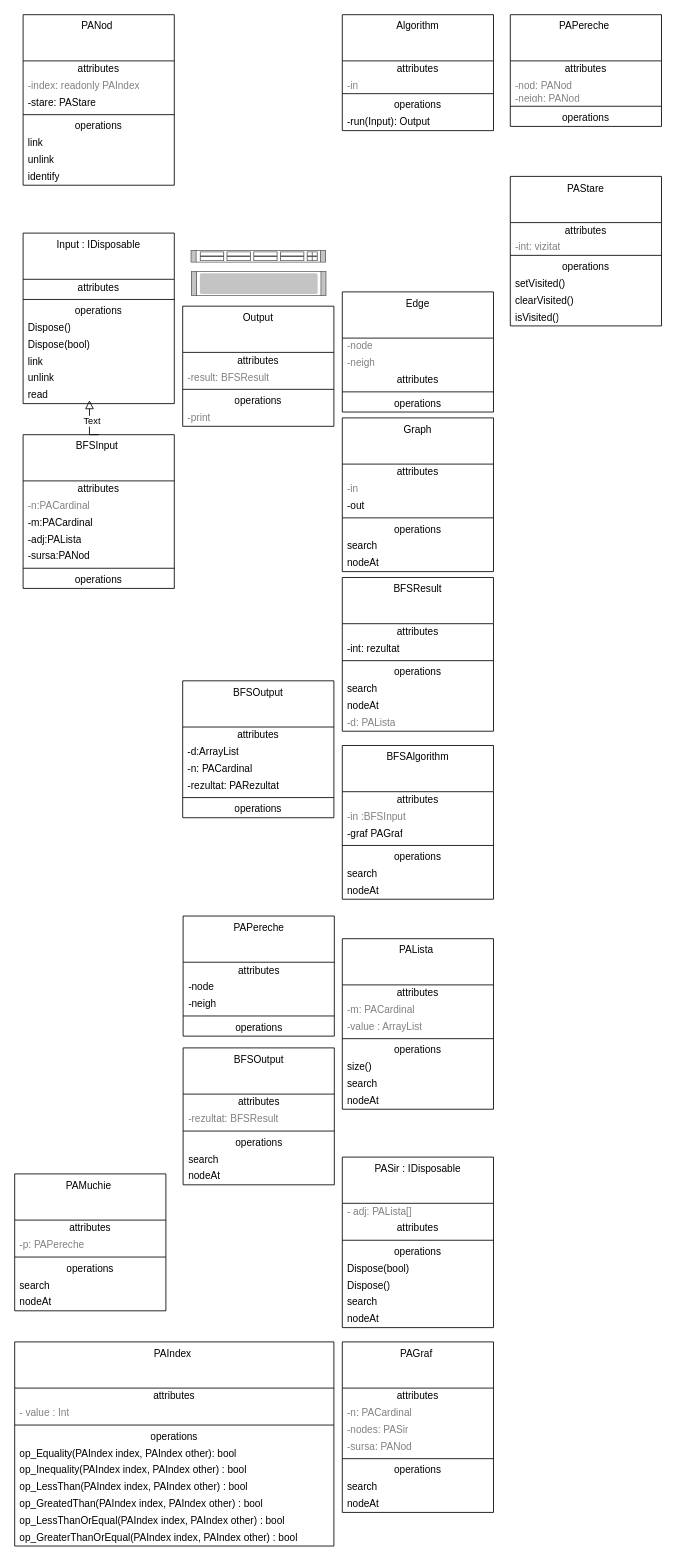
Before: Untitled Diagram.drawio in Cristof17/PALibrary, a draw.io diagram. Source tidied: cells renumbered, new cells numbered last; positions are measured from the earlier drawing's top-left corner, leaving out a move shared by most shapes. Both pictures are drawn from the tidied source at 84%, with x=0, y=0 at pixel (14, 14).
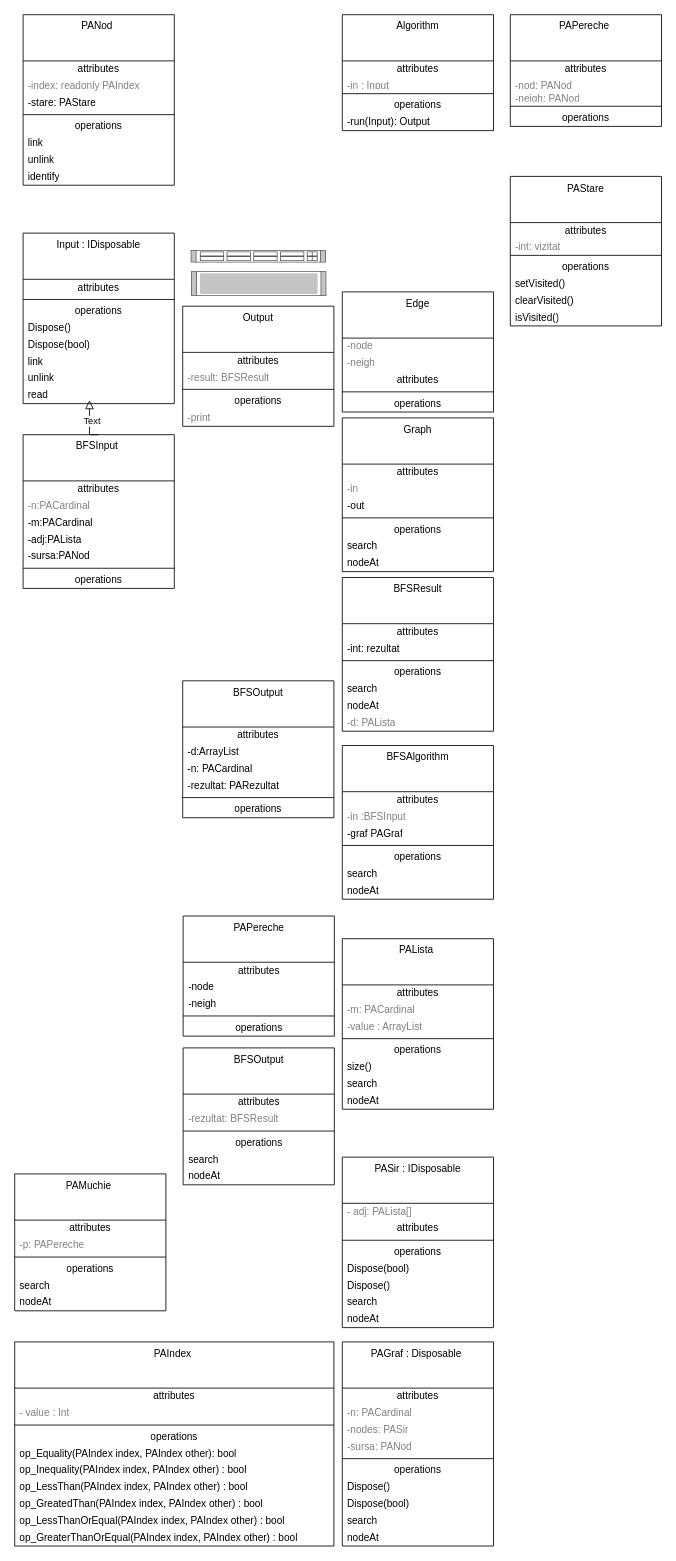
After the change.

The change refers to these unchanged cells:
```xml
<mxCell id="11" value="Algorithm" style="swimlane;fontStyle=0;align=center;verticalAlign=top;horizontal=1;startSize=55;html=1;whiteSpace=wrap;" parent="1" vertex="1">
  <mxGeometry x="390" width="180" height="138" as="geometry" />
</mxCell>
```

Change to the diagram source:
```diff
@@
-    <mxCell id="13" value="-in" style="text;html=1;strokeColor=none;fillColor=none;align=left;verticalAlign=middle;spacingLeft=4;spacingRight=4;overflow=hidden;fontColor=#808080;whiteSpace=wrap;" parent="11" vertex="1">
+    <mxCell id="13" value="-in : Input" style="text;html=1;strokeColor=none;fillColor=none;align=left;verticalAlign=middle;spacingLeft=4;spacingRight=4;overflow=hidden;fontColor=#808080;whiteSpace=wrap;" parent="11" vertex="1">
       <mxGeometry y="75" width="180" height="15" as="geometry" />
     </mxCell>
@@
-    <mxCell id="83" value="PAGraf&amp;nbsp;" style="swimlane;fontStyle=0;align=center;verticalAlign=top;horizontal=1;startSize=55;html=1;whiteSpace=wrap;" parent="1" vertex="1">
-      <mxGeometry x="390" y="1580" width="180" height="203" as="geometry" />
+    <mxCell id="83" value="PAGraf : Disposable&amp;nbsp;" style="swimlane;fontStyle=0;align=center;verticalAlign=top;horizontal=1;startSize=55;html=1;whiteSpace=wrap;" parent="1" vertex="1">
+      <mxGeometry x="390" y="1580" width="180" height="243" as="geometry" />
     </mxCell>
@@
+    <mxCell id="153" value="Dispose()" style="text;html=1;strokeColor=none;fillColor=none;align=left;verticalAlign=middle;spacingLeft=4;spacingRight=4;overflow=hidden;whiteSpace=wrap;" parent="83" vertex="1">
+      <mxGeometry y="163" width="180" height="20" as="geometry" />
+    </mxCell>
+    <mxCell id="154" value="Dispose(bool)" style="text;html=1;strokeColor=none;fillColor=none;align=left;verticalAlign=middle;spacingLeft=4;spacingRight=4;overflow=hidden;whiteSpace=wrap;" parent="83" vertex="1">
+      <mxGeometry y="183" width="180" height="20" as="geometry" />
+    </mxCell>
     <mxCell id="90" value="search" style="text;html=1;strokeColor=none;fillColor=none;align=left;verticalAlign=middle;spacingLeft=4;spacingRight=4;overflow=hidden;whiteSpace=wrap;" parent="83" vertex="1">
-      <mxGeometry y="163" width="180" height="20" as="geometry" />
+      <mxGeometry y="203" width="180" height="20" as="geometry" />
     </mxCell>
     <mxCell id="91" value="nodeAt" style="text;html=1;strokeColor=none;fillColor=none;align=left;verticalAlign=middle;spacingLeft=4;spacingRight=4;overflow=hidden;whiteSpace=wrap;" parent="83" vertex="1">
-      <mxGeometry y="183" width="180" height="20" as="geometry" />
+      <mxGeometry y="223" width="180" height="20" as="geometry" />
     </mxCell>
```
